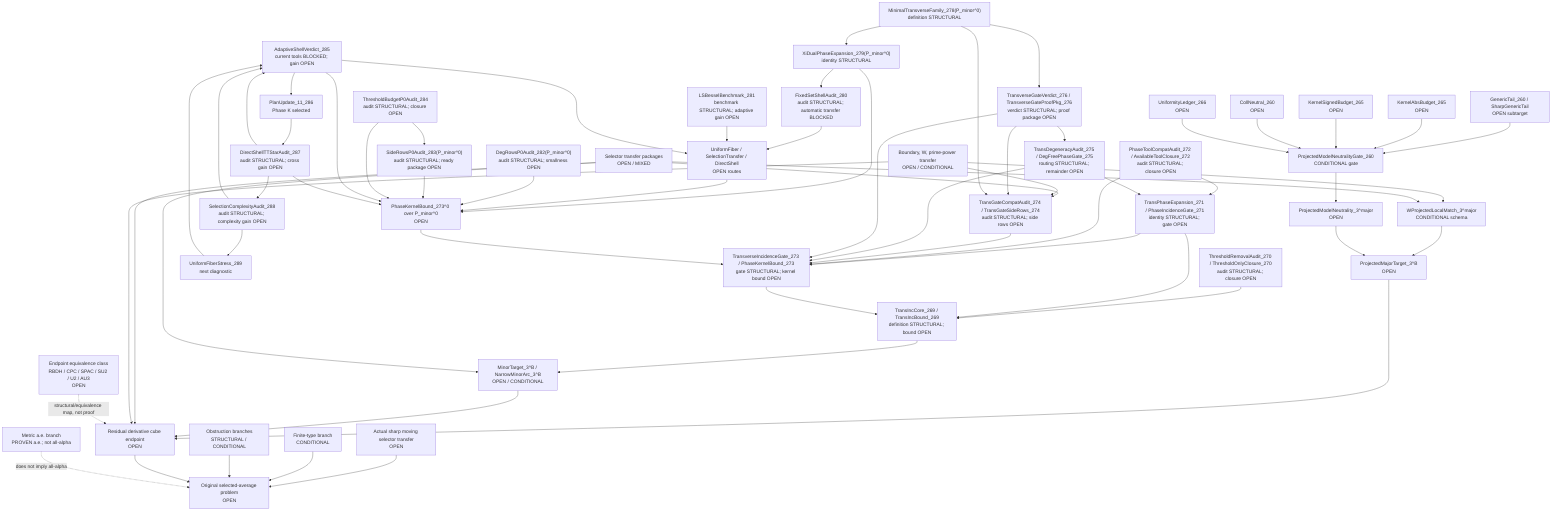
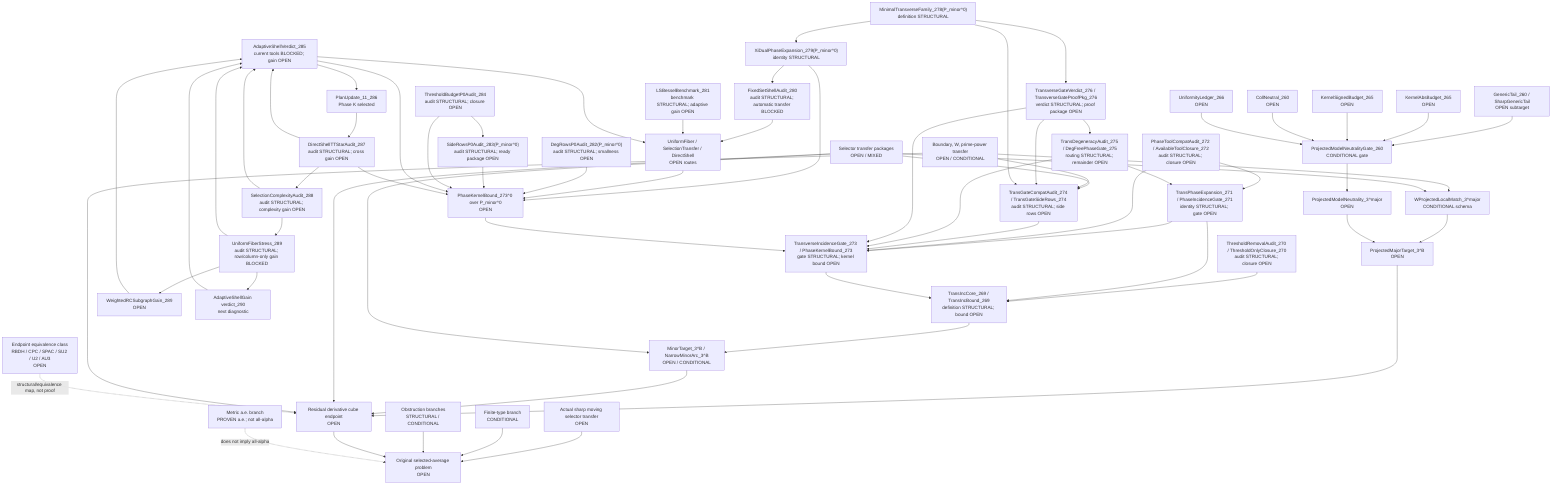
flowchart TD
  Original["Original selected-average problem<br/>OPEN"]
  SharpSel["Actual sharp moving selector transfer<br/>OPEN"]
  FiniteType["Finite-type branch<br/>CONDITIONAL"]
  Metric["Metric a.e. branch<br/>PROVEN a.e.; not all-alpha"]
  Obstruction["Obstruction branches<br/>STRUCTURAL / CONDITIONAL"]

  ResCube["Residual derivative cube endpoint<br/>OPEN"]
  MajorTarget["ProjectedMajorTarget_3^B<br/>OPEN"]
  MinorTarget["MinorTarget_3^B / NarrowMinorArc_3^B<br/>OPEN / CONDITIONAL"]
  TransInc["TransIncCore_269 / TransIncBound_269<br/>definition STRUCTURAL; bound OPEN"]
  ThresholdAudit["ThresholdRemovalAudit_270 / ThresholdOnlyClosure_270<br/>audit STRUCTURAL; closure OPEN"]
  PhaseExpansion["TransPhaseExpansion_271 / PhaseIncidenceGate_271<br/>identity STRUCTURAL; gate OPEN"]
  ToolCompat["PhaseToolCompatAudit_272 / AvailableToolClosure_272<br/>audit STRUCTURAL; closure OPEN"]
  TransGate["TransverseIncidenceGate_273 / PhaseKernelBound_273<br/>gate STRUCTURAL; kernel bound OPEN"]
  TransGateCompat["TransGateCompatAudit_274 / TransGateSideRows_274<br/>audit STRUCTURAL; side rows OPEN"]
  DegAudit["TransDegeneracyAudit_275 / DegFreePhaseGate_275<br/>routing STRUCTURAL; remainder OPEN"]
  TransVerdict["TransverseGateVerdict_276 / TransverseGateProofPkg_276<br/>verdict STRUCTURAL; proof package OPEN"]
  MinTransFamily["MinimalTransverseFamily_278(P_minor^0)<br/>definition STRUCTURAL"]
  XiExpansion["XiDualPhaseExpansion_279(P_minor^0)<br/>identity STRUCTURAL"]
  FixedShellAudit["FixedSetShellAudit_280<br/>audit STRUCTURAL; automatic transfer BLOCKED"]
  FixedShellTransfer["UniformFiber / SelectionTransfer / DirectShell<br/>OPEN routes"]
  LSBesselBench["LSBesselBenchmark_281<br/>benchmark STRUCTURAL; adaptive gain OPEN"]
  DegRowsP0["DegRowsP0Audit_282(P_minor^0)<br/>audit STRUCTURAL; smallness OPEN"]
  SideRowsP0["SideRowsP0Audit_283(P_minor^0)<br/>audit STRUCTURAL; ready package OPEN"]
  ThresholdP0["ThresholdBudgetP0Audit_284<br/>audit STRUCTURAL; closure OPEN"]
  AdaptiveShellP0["AdaptiveShellVerdict_285<br/>current tools BLOCKED; gain OPEN"]
  PlanUpdate11["PlanUpdate_11_286<br/>Phase K selected"]
  DirectTTStar["DirectShellTTStarAudit_287<br/>audit STRUCTURAL; cross gain OPEN"]
  SelectionComplexity["SelectionComplexityAudit_288<br/>audit STRUCTURAL; complexity gain OPEN"]
-   UniformFiberStress["UniformFiberStress_289<br/>next diagnostic"]
+   UniformFiberStress["UniformFiberStress_289<br/>audit STRUCTURAL; row/column-only gain BLOCKED"]
+   WeightedRCSubgraph["WeightedRCSubgraphGain_289<br/>OPEN"]
+   AdaptiveVerdict290["AdaptiveShellGain verdict_290<br/>next diagnostic"]
  PhaseKernel0["PhaseKernelBound_273^0 over P_minor^0<br/>OPEN"]
  SelectorTransfer["Selector transfer packages<br/>OPEN / MIXED"]
  BoundaryTransfer["Boundary, W, prime-power transfer<br/>OPEN / CONDITIONAL"]

  WLocal["WProjectedLocalMatch_3^major<br/>CONDITIONAL schema"]
  ModelNeutral["ProjectedModelNeutrality_3^major<br/>OPEN"]
  PMNGate["ProjectedModelNeutralityGate_260<br/>CONDITIONAL gate"]
  GenericTail["GenericTail_260 / SharpGenericTail<br/>OPEN subtarget"]
  KernelAbs["KernelAbsBudget_265<br/>OPEN"]
  KernelSigned["KernelSignedBudget_265<br/>OPEN"]
  CollNeutral["CollNeutral_260<br/>OPEN"]
  Uniformity["UniformityLedger_266<br/>OPEN"]

  EndpointClass["Endpoint equivalence class<br/>RBDH / CPC / SPAC / SU2 / U2 / AU3<br/>OPEN"]

  SharpSel --> Original
  FiniteType --> Original
  Obstruction --> Original
  ResCube --> Original
  Metric -. "does not imply all-alpha" .-> Original

  MajorTarget --> ResCube
  MinorTarget --> ResCube
  TransInc --> MinorTarget
  ThresholdAudit --> TransInc
  PhaseExpansion --> TransInc
  ToolCompat --> PhaseExpansion
  TransGate --> TransInc
  PhaseExpansion --> TransGate
  ToolCompat --> TransGate
  TransGateCompat --> TransGate
  SelectorTransfer --> TransGateCompat
  BoundaryTransfer --> TransGateCompat
  DegAudit --> TransGate
  DegAudit --> PhaseExpansion
  TransVerdict --> TransGate
  TransVerdict --> TransGateCompat
  TransVerdict --> DegAudit
  PhaseKernel0 --> TransGate
  MinTransFamily --> XiExpansion
  XiExpansion --> PhaseKernel0
  XiExpansion --> FixedShellAudit
  FixedShellAudit --> FixedShellTransfer
  FixedShellTransfer --> PhaseKernel0
  LSBesselBench --> FixedShellTransfer
  DegRowsP0 --> PhaseKernel0
  SideRowsP0 --> PhaseKernel0
  ThresholdP0 --> SideRowsP0
  ThresholdP0 --> PhaseKernel0
  AdaptiveShellP0 --> PhaseKernel0
  AdaptiveShellP0 --> FixedShellTransfer
  AdaptiveShellP0 --> PlanUpdate11
  PlanUpdate11 --> DirectTTStar
  DirectTTStar --> AdaptiveShellP0
  DirectTTStar --> PhaseKernel0
  DirectTTStar --> SelectionComplexity
  SelectionComplexity --> UniformFiberStress
  SelectionComplexity --> AdaptiveShellP0
+   UniformFiberStress --> WeightedRCSubgraph
+   WeightedRCSubgraph --> AdaptiveShellP0
+   UniformFiberStress --> AdaptiveVerdict290
  UniformFiberStress --> AdaptiveShellP0
+   AdaptiveVerdict290 --> AdaptiveShellP0
  MinTransFamily --> TransGateCompat
  MinTransFamily --> TransVerdict
  SelectorTransfer --> ResCube
  BoundaryTransfer --> ResCube
  EndpointClass -. "structural/equivalence map, not proof" .-> ResCube

  WLocal --> MajorTarget
  ModelNeutral --> MajorTarget

  PMNGate --> ModelNeutral
  GenericTail --> PMNGate
  KernelAbs --> PMNGate
  KernelSigned --> PMNGate
  CollNeutral --> PMNGate
  Uniformity --> PMNGate

  BoundaryTransfer --> WLocal
  SelectorTransfer --> WLocal
  SelectorTransfer --> MinorTarget
